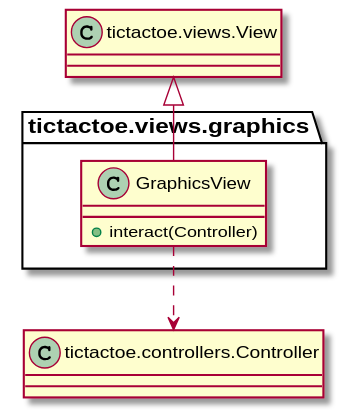
Above: modelViewPresenter/presentationModel/basic/docs/diagrams/out/paquetes/paqueteTicTacToeViewsGraphics.svg in Jolucaa/USantaTecla-project-ticTacToe (PlantUML), before the change.
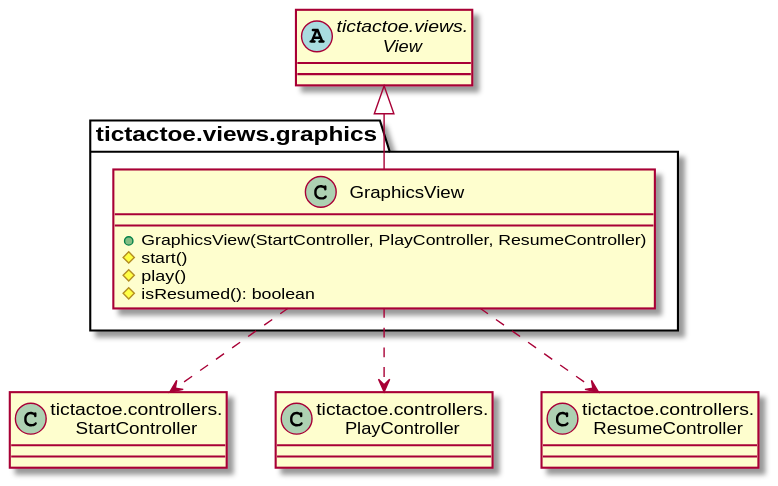
After the commit.

What changed in the source:
```diff
@@ -1,11 +1,17 @@
 @startuml
-class View as "tictactoe.views.View" {}
-class Controller as "tictactoe.controllers.Controller" {}
+class StartController as "tictactoe.controllers.\nStartController"
+class PlayController as "tictactoe.controllers.\nPlayController"
+class ResumeController as "tictactoe.controllers.\nResumeController"
+abstract class View as "tictactoe.views.\nView"
 
 class  tictactoe.views.graphics.GraphicsView{
-+ interact(Controller)
+  + GraphicsView(StartController, PlayController, ResumeController)
+  # start()
+  # play()
+  # isResumed(): boolean
 }
-
-tictactoe.views.graphics.GraphicsView ..> Controller
 View <|-down- tictactoe.views.graphics.GraphicsView
+tictactoe.views.graphics.GraphicsView .down.> StartController
+tictactoe.views.graphics.GraphicsView .down.> PlayController
+tictactoe.views.graphics.GraphicsView .down.> ResumeController
 @enduml
```
